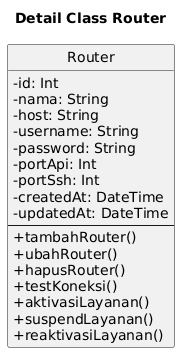
Earlier version of the PlantUML export docs/plantuml/detail-classes/detail-class-router.png (janbu12/nemafi-be).
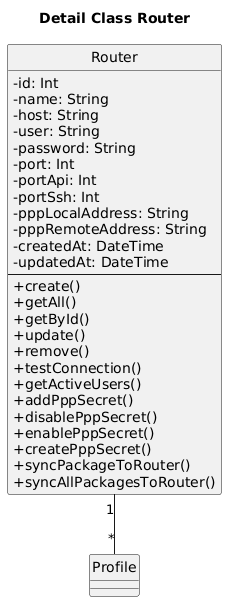
After the change.

Change to the diagram source:
```diff
@@ -2,25 +2,38 @@
 title Detail Class Router
 
 skinparam classAttributeIconSize 0
+skinparam shadowing false
+skinparam defaultFontName "Times New Roman"
 hide circle
 
 class Router {
   - id: Int
-  - nama: String
+  - name: String
   - host: String
-  - username: String
+  - user: String
   - password: String
+  - port: Int
   - portApi: Int
   - portSsh: Int
+  - pppLocalAddress: String
+  - pppRemoteAddress: String
   - createdAt: DateTime
   - updatedAt: DateTime
   --
-  + tambahRouter()
-  + ubahRouter()
-  + hapusRouter()
-  + testKoneksi()
-  + aktivasiLayanan()
-  + suspendLayanan()
-  + reaktivasiLayanan()
+  + create()
+  + getAll()
+  + getById()
+  + update()
+  + remove()
+  + testConnection()
+  + getActiveUsers()
+  + addPppSecret()
+  + disablePppSecret()
+  + enablePppSecret()
+  + createPppSecret()
+  + syncPackageToRouter()
+  + syncAllPackagesToRouter()
 }
+
+Router "1" -- "*" Profile
 @enduml
```
